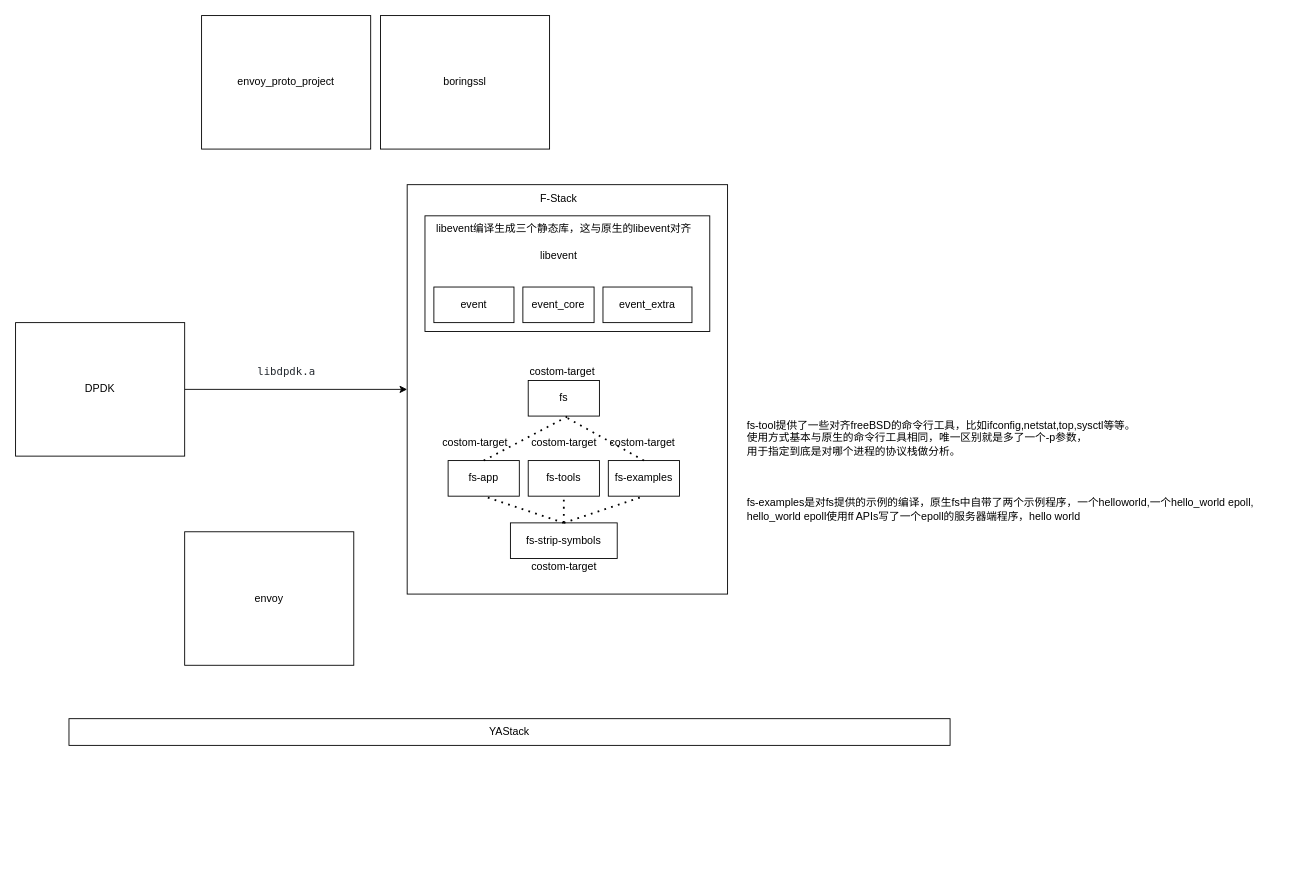
The draw.io diagram yastack_compile.drawio in chxianen/girSkills, before the edit. Source tidied: cells renumbered, new cells numbered last; positions are measured from the earlier drawing's top-left corner, leaving out a move shared by most shapes. Both pictures are drawn from the tidied source at 89%, with x=0, y=0 at pixel (15, 15).
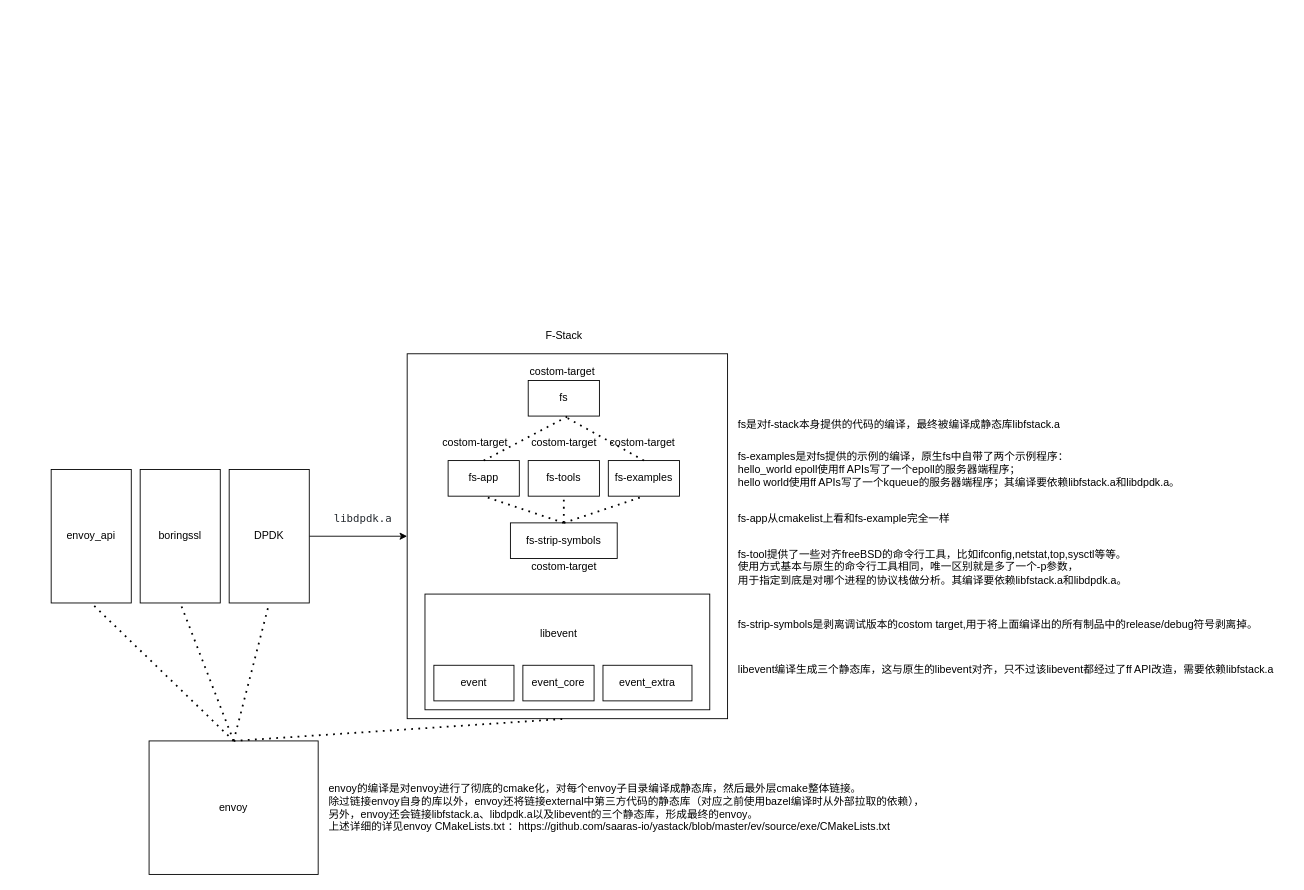
The same page after the edit.

What changed in the source:
```diff
@@
-    <mxCell id="2" value="YAStack" style="rounded=0;whiteSpace=wrap;html=1;" parent="1" vertex="1">
-      <mxGeometry x="60" y="790" width="990" height="30" as="geometry" />
-    </mxCell>
@@
     <mxCell id="4" value="DPDK" style="rounded=0;whiteSpace=wrap;html=1;" parent="1" vertex="1">
-      <mxGeometry y="345" width="190" height="150" as="geometry" />
+      <mxGeometry x="240" y="510" width="90" height="150" as="geometry" />
     </mxCell>
-    <mxCell id="5" value="envoy_proto_project" style="rounded=0;whiteSpace=wrap;html=1;" parent="1" vertex="1">
-      <mxGeometry x="209" width="190" height="150" as="geometry" />
-    </mxCell>
     <mxCell id="6" value="boringssl" style="rounded=0;whiteSpace=wrap;html=1;" parent="1" vertex="1">
-      <mxGeometry x="410" width="190" height="150" as="geometry" />
+      <mxGeometry x="140" y="510" width="90" height="150" as="geometry" />
     </mxCell>
     <mxCell id="7" style="rounded=0;whiteSpace=wrap;html=1;" parent="1" vertex="1">
-      <mxGeometry x="440" y="190" width="360" height="460" as="geometry" />
+      <mxGeometry x="440" y="380" width="360" height="410" as="geometry" />
     </mxCell>
     <mxCell id="8" value="envoy" style="rounded=0;whiteSpace=wrap;html=1;" parent="1" vertex="1">
-      <mxGeometry x="190" y="580" width="190" height="150" as="geometry" />
+      <mxGeometry x="150" y="815" width="190" height="150" as="geometry" />
     </mxCell>
     <mxCell id="9" value="&lt;span style=&quot;color: rgb(36, 41, 47); font-family: ui-monospace, SFMono-Regular, &amp;quot;SF Mono&amp;quot;, Menlo, Consolas, &amp;quot;Liberation Mono&amp;quot;, monospace; text-align: start; background-color: rgb(255, 255, 255);&quot;&gt;libdpdk.a&lt;/span&gt;" style="text;html=1;align=center;verticalAlign=middle;strokeColor=none;fillColor=none;" parent="1" vertex="1">
-      <mxGeometry x="264" y="390" width="80" height="20" as="geometry" />
+      <mxGeometry x="350" y="555" width="80" height="20" as="geometry" />
     </mxCell>
@@
     <mxCell id="14" style="rounded=0;whiteSpace=wrap;html=1;" parent="1" vertex="1">
-      <mxGeometry x="460" y="225" width="320" height="130" as="geometry" />
+      <mxGeometry x="460" y="650" width="320" height="130" as="geometry" />
     </mxCell>
     <mxCell id="15" value="F-Stack" style="text;html=1;align=center;verticalAlign=middle;strokeColor=none;fillColor=none;" parent="1" vertex="1">
-      <mxGeometry x="580" y="196" width="60" height="20" as="geometry" />
+      <mxGeometry x="586" y="350" width="60" height="20" as="geometry" />
     </mxCell>
     <mxCell id="16" value="libevent" style="text;html=1;align=center;verticalAlign=middle;strokeColor=none;fillColor=none;" parent="1" vertex="1">
-      <mxGeometry x="580" y="260" width="60" height="20" as="geometry" />
+      <mxGeometry x="580" y="685" width="60" height="20" as="geometry" />
     </mxCell>
     <mxCell id="17" value="event" style="rounded=0;whiteSpace=wrap;html=1;" parent="1" vertex="1">
-      <mxGeometry x="470" y="305" width="90" height="40" as="geometry" />
+      <mxGeometry x="470" y="730" width="90" height="40" as="geometry" />
     </mxCell>
     <mxCell id="18" value="event_core" style="rounded=0;whiteSpace=wrap;html=1;" parent="1" vertex="1">
-      <mxGeometry x="570" y="305" width="80" height="40" as="geometry" />
+      <mxGeometry x="570" y="730" width="80" height="40" as="geometry" />
     </mxCell>
     <mxCell id="19" value="event_extra" style="rounded=0;whiteSpace=wrap;html=1;" parent="1" vertex="1">
-      <mxGeometry x="660" y="305" width="100" height="40" as="geometry" />
+      <mxGeometry x="660" y="730" width="100" height="40" as="geometry" />
     </mxCell>
@@
-    <mxCell id="31" value="fs-tool提供了一些对齐freeBSD的命令行工具，比如ifconfig,netstat,top,sysctl等等。&lt;br&gt;使用方式基本与原生的命令行工具相同，唯一区别就是多了一个-p参数，&lt;br&gt;用于指定到底是对哪个进程的协议栈做分析。" style="text;html=1;align=left;verticalAlign=middle;strokeColor=none;fillColor=none;" parent="1" vertex="1">
-      <mxGeometry x="820" y="450" width="450" height="50" as="geometry" />
+    <mxCell id="31" value="fs-tool提供了一些对齐freeBSD的命令行工具，比如ifconfig,netstat,top,sysctl等等。&lt;br&gt;使用方式基本与原生的命令行工具相同，唯一区别就是多了一个-p参数，&lt;br&gt;用于指定到底是对哪个进程的协议栈做分析。其编译要依赖libfstack.a和libdpdk.a。" style="text;html=1;align=left;verticalAlign=middle;strokeColor=none;fillColor=none;" parent="1" vertex="1">
+      <mxGeometry x="810" y="595" width="450" height="50" as="geometry" />
     </mxCell>
-    <mxCell id="32" value="libevent编译生成三个静态库，这与原生的libevent对齐" style="text;html=1;align=left;verticalAlign=middle;strokeColor=none;fillColor=none;" parent="1" vertex="1">
-      <mxGeometry x="471" y="230" width="300" height="20" as="geometry" />
+    <mxCell id="32" value="libevent编译生成三个静态库，这与原生的libevent对齐，只不过该libevent都经过了ff API改造，需要依赖libfstack.a" style="text;html=1;align=left;verticalAlign=middle;strokeColor=none;fillColor=none;" parent="1" vertex="1">
+      <mxGeometry x="810" y="725" width="620" height="20" as="geometry" />
     </mxCell>
-    <mxCell id="33" value="fs-examples是对fs提供的示例的编译，原生fs中自带了两个示例程序，一个helloworld,一个hello_world epoll,&lt;br&gt;hello_world epoll使用ff APIs写了一个epoll的服务器端程序，hello world" style="text;html=1;align=left;verticalAlign=middle;strokeColor=none;fillColor=none;" parent="1" vertex="1">
-      <mxGeometry x="820" y="540" width="580" height="30" as="geometry" />
+    <mxCell id="33" value="fs-examples是对fs提供的示例的编译，原生fs中自带了两个示例程序：&lt;br&gt;hello_world epoll使用ff APIs写了一个epoll的服务器端程序；&lt;br&gt;hello world使用ff APIs写了一个kqueue的服务器端程序；其编译要依赖libfstack.a和libdpdk.a。" style="text;html=1;align=left;verticalAlign=middle;strokeColor=none;fillColor=none;" parent="1" vertex="1">
+      <mxGeometry x="810" y="485" width="510" height="50" as="geometry" />
     </mxCell>
+    <mxCell id="34" value="fs是对f-stack本身提供的代码的编译，最终被编译成静态库libfstack.a" style="text;html=1;align=left;verticalAlign=middle;strokeColor=none;fillColor=none;" parent="1" vertex="1">
+      <mxGeometry x="810" y="450" width="380" height="20" as="geometry" />
+    </mxCell>
+    <mxCell id="35" value="fs-app从cmakelist上看和fs-example完全一样" style="text;html=1;align=left;verticalAlign=middle;strokeColor=none;fillColor=none;" parent="1" vertex="1">
+      <mxGeometry x="810" y="555" width="250" height="20" as="geometry" />
+    </mxCell>
+    <mxCell id="36" value="fs-strip-symbols是剥离调试版本的costom target,用于将上面编译出的所有制品中的release/debug符号剥离掉。" style="text;html=1;align=left;verticalAlign=middle;strokeColor=none;fillColor=none;" parent="1" vertex="1">
+      <mxGeometry x="810" y="675" width="600" height="20" as="geometry" />
+    </mxCell>
+    <mxCell id="37" value="envoy的编译是对envoy进行了彻底的cmake化，对每个envoy子目录编译成静态库，然后最外层cmake整体链接。&lt;br&gt;除过链接envoy自身的库以外，envoy还将链接external中第三方代码的静态库（对应之前使用bazel编译时从外部拉取的依赖），&lt;br&gt;另外，envoy还会链接libfstack.a、libdpdk.a以及libevent的三个静态库，形成最终的envoy。&lt;br&gt;上述详细的详见envoy CMakeLists.txt ：https://github.com/saaras-io/yastack/blob/master/ev/source/exe/CMakeLists.txt" style="text;html=1;align=left;verticalAlign=middle;strokeColor=none;fillColor=none;" parent="1" vertex="1">
+      <mxGeometry x="350" y="860" width="690" height="60" as="geometry" />
+    </mxCell>
+    <mxCell id="38" style="endArrow=none;dashed=1;html=1;dashPattern=1 3;strokeWidth=2;rounded=0;exitX=0.5;exitY=0;exitDx=0;exitDy=0;entryX=0.5;entryY=1;entryDx=0;entryDy=0;" parent="1" edge="1" source="8" target="7">
+      <mxGeometry relative="1" as="geometry" />
+    </mxCell>
+    <mxCell id="39" style="endArrow=none;dashed=1;html=1;dashPattern=1 3;strokeWidth=2;rounded=0;entryX=0.5;entryY=1;entryDx=0;entryDy=0;exitX=0.5;exitY=0;exitDx=0;exitDy=0;" parent="1" edge="1" source="8" target="4">
+      <mxGeometry relative="1" as="geometry" />
+    </mxCell>
+    <mxCell id="40" style="endArrow=none;dashed=1;html=1;dashPattern=1 3;strokeWidth=2;rounded=0;entryX=0.5;entryY=1;entryDx=0;entryDy=0;exitX=0.5;exitY=0;exitDx=0;exitDy=0;" parent="1" edge="1" source="8" target="6">
+      <mxGeometry relative="1" as="geometry" />
+    </mxCell>
+    <mxCell id="41" value="envoy_api" style="rounded=0;whiteSpace=wrap;html=1;" parent="1" vertex="1">
+      <mxGeometry x="40" y="510" width="90" height="150" as="geometry" />
+    </mxCell>
+    <mxCell id="42" style="endArrow=none;dashed=1;html=1;dashPattern=1 3;strokeWidth=2;rounded=0;entryX=0.5;entryY=1;entryDx=0;entryDy=0;exitX=0.5;exitY=0;exitDx=0;exitDy=0;" parent="1" edge="1" source="8" target="41">
+      <mxGeometry relative="1" as="geometry" />
+    </mxCell>
```
